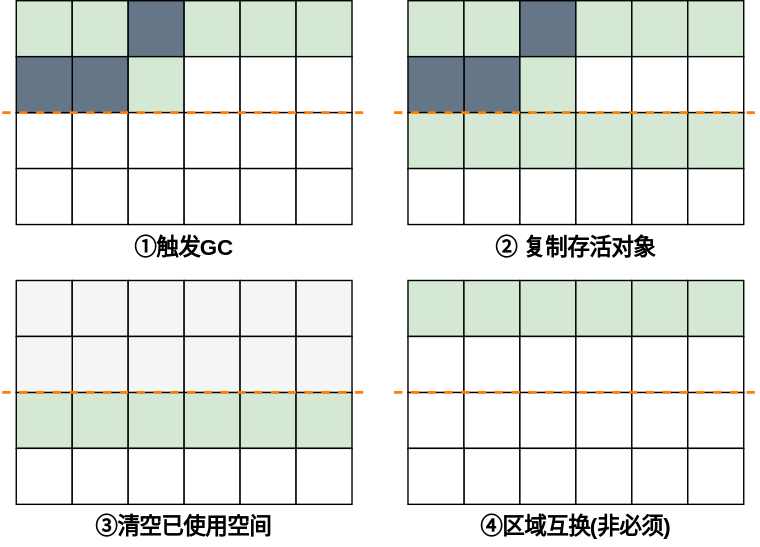
This is 开发语言/Java/JVM/GC回收机制/复制算法.drawio.svg from Developer-Tang/notes, a draw.io export, as it was before one commit. Source tidied: cells renumbered, new cells last; positions are measured from the earlier drawing's top-left corner, leaving out a move shared by most shapes.
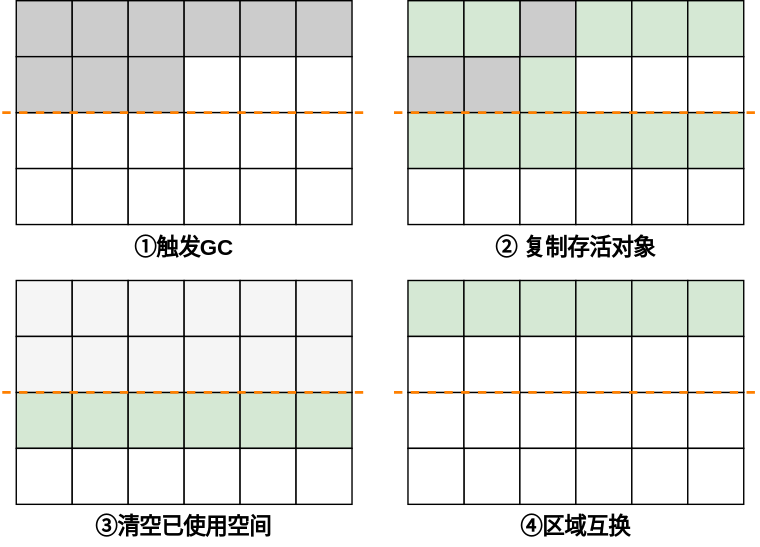
After the commit.

Change to the diagram source:
```diff
@@ -5,10 +5,7 @@
     <mxCell id="2" style="rounded=0;fillColor=#d5e8d4;strokeColor=#000000;fontSize=16;fontStyle=1;" parent="1" vertex="1">
       <mxGeometry x="290" width="40" height="40" as="geometry" />
     </mxCell>
-    <mxCell id="3" style="rounded=0;fillColor=#d5e8d4;strokeColor=#000000;fontSize=16;fontStyle=1;" parent="1" vertex="1">
-      <mxGeometry x="330" width="40" height="40" as="geometry" />
-    </mxCell>
-    <mxCell id="4" style="rounded=0;fillColor=#647687;strokeColor=#000000;fontColor=#ffffff;fontSize=16;fontStyle=1;" parent="1" vertex="1">
+    <mxCell id="4" style="rounded=0;fillColor=#CCCCCC;strokeColor=#000000;fontColor=#ffffff;fontSize=16;fontStyle=1;" parent="1" vertex="1">
       <mxGeometry x="370" width="40" height="40" as="geometry" />
     </mxCell>
     <mxCell id="5" style="rounded=0;fillColor=#d5e8d4;strokeColor=#000000;fontSize=16;fontStyle=1;" parent="1" vertex="1">
@@ -20,7 +17,7 @@
     <mxCell id="7" style="rounded=0;fillColor=#d5e8d4;strokeColor=#000000;fontSize=16;fontStyle=1;" parent="1" vertex="1">
       <mxGeometry x="490" width="40" height="40" as="geometry" />
     </mxCell>
-    <mxCell id="8" style="rounded=0;fillColor=#647687;strokeColor=#000000;fontColor=#ffffff;fontSize=16;fontStyle=1;" parent="1" vertex="1">
+    <mxCell id="8" style="rounded=0;fillColor=#CCCCCC;strokeColor=#000000;fontColor=#ffffff;fontSize=16;fontStyle=1;" parent="1" vertex="1">
       <mxGeometry x="330" y="40" width="40" height="40" as="geometry" />
     </mxCell>
     <mxCell id="9" style="rounded=0;fillColor=#d5e8d4;strokeColor=#000000;fontSize=16;fontStyle=1;" parent="1" vertex="1">
@@ -35,7 +32,7 @@
     <mxCell id="12" style="rounded=0;fontSize=16;fontStyle=1;strokeColor=#000000;" parent="1" vertex="1">
       <mxGeometry x="490" y="40" width="40" height="40" as="geometry" />
     </mxCell>
-    <mxCell id="13" style="rounded=0;fillColor=#647687;strokeColor=#000000;fontColor=#ffffff;fontSize=16;fontStyle=1;" parent="1" vertex="1">
+    <mxCell id="13" style="rounded=0;fillColor=#CCCCCC;strokeColor=#000000;fontColor=#ffffff;fontSize=16;fontStyle=1;" parent="1" vertex="1">
       <mxGeometry x="290" y="40" width="40" height="40" as="geometry" />
     </mxCell>
     <mxCell id="14" style="rounded=0;fontSize=16;fontStyle=1;strokeColor=#000000;" parent="1" vertex="1">
@@ -218,28 +215,28 @@
     <mxCell id="73" style="rounded=0;fillColor=#f5f5f5;strokeColor=#000000;fontColor=#333333;fontSize=16;fontStyle=1;glass=0;shadow=0;sketch=0;" parent="1" vertex="1">
       <mxGeometry x="10" y="240" width="40" height="40" as="geometry" />
     </mxCell>
-    <mxCell id="74" style="rounded=0;fillColor=#d5e8d4;strokeColor=#000000;fontSize=16;fontStyle=1;" parent="1" vertex="1">
+    <mxCell id="74" style="rounded=0;fillColor=#CCCCCC;strokeColor=#000000;fontSize=16;fontStyle=1;" parent="1" vertex="1">
       <mxGeometry x="10" width="40" height="40" as="geometry" />
     </mxCell>
-    <mxCell id="75" style="rounded=0;fillColor=#d5e8d4;strokeColor=#000000;fontSize=16;fontStyle=1;" parent="1" vertex="1">
+    <mxCell id="75" style="rounded=0;fillColor=#CCCCCC;strokeColor=#000000;fontSize=16;fontStyle=1;" parent="1" vertex="1">
       <mxGeometry x="50" width="40" height="40" as="geometry" />
     </mxCell>
-    <mxCell id="76" style="rounded=0;fillColor=#647687;strokeColor=#000000;fontColor=#ffffff;fontSize=16;fontStyle=1;" parent="1" vertex="1">
+    <mxCell id="76" style="rounded=0;fillColor=#CCCCCC;strokeColor=#000000;fontColor=#ffffff;fontSize=16;fontStyle=1;" parent="1" vertex="1">
       <mxGeometry x="90" width="40" height="40" as="geometry" />
     </mxCell>
-    <mxCell id="77" style="rounded=0;fillColor=#d5e8d4;strokeColor=#000000;fontSize=16;fontStyle=1;" parent="1" vertex="1">
+    <mxCell id="77" style="rounded=0;fillColor=#CCCCCC;strokeColor=#000000;fontSize=16;fontStyle=1;" parent="1" vertex="1">
       <mxGeometry x="130" width="40" height="40" as="geometry" />
     </mxCell>
-    <mxCell id="78" style="rounded=0;fillColor=#d5e8d4;strokeColor=#000000;fontSize=16;fontStyle=1;" parent="1" vertex="1">
+    <mxCell id="78" style="rounded=0;fillColor=#CCCCCC;strokeColor=#000000;fontSize=16;fontStyle=1;" parent="1" vertex="1">
       <mxGeometry x="170" width="40" height="40" as="geometry" />
     </mxCell>
-    <mxCell id="79" style="rounded=0;fillColor=#d5e8d4;strokeColor=#000000;fontSize=16;fontStyle=1;" parent="1" vertex="1">
+    <mxCell id="79" style="rounded=0;fillColor=#CCCCCC;strokeColor=#000000;fontSize=16;fontStyle=1;" parent="1" vertex="1">
       <mxGeometry x="210" width="40" height="40" as="geometry" />
     </mxCell>
-    <mxCell id="80" style="rounded=0;fillColor=#647687;strokeColor=#000000;fontColor=#ffffff;fontSize=16;fontStyle=1;" parent="1" vertex="1">
+    <mxCell id="80" style="rounded=0;fillColor=#CCCCCC;strokeColor=#000000;fontColor=#ffffff;fontSize=16;fontStyle=1;" parent="1" vertex="1">
       <mxGeometry x="50" y="40" width="40" height="40" as="geometry" />
     </mxCell>
-    <mxCell id="81" style="rounded=0;fillColor=#d5e8d4;strokeColor=#000000;fontSize=16;fontStyle=1;" parent="1" vertex="1">
+    <mxCell id="81" style="rounded=0;fillColor=#CCCCCC;strokeColor=#000000;fontSize=16;fontStyle=1;" parent="1" vertex="1">
       <mxGeometry x="90" y="40" width="40" height="40" as="geometry" />
     </mxCell>
     <mxCell id="82" style="rounded=0;fontSize=16;fontStyle=1;strokeColor=#000000;" parent="1" vertex="1">
@@ -287,7 +284,7 @@
     <mxCell id="96" style="rounded=0;fontSize=16;fontStyle=1;strokeColor=#000000;" parent="1" vertex="1">
       <mxGeometry x="210" y="120" width="40" height="40" as="geometry" />
     </mxCell>
-    <mxCell id="97" style="rounded=0;fillColor=#647687;strokeColor=#000000;fontColor=#ffffff;fontSize=16;fontStyle=1;" parent="1" vertex="1">
+    <mxCell id="97" style="rounded=0;fillColor=#CCCCCC;strokeColor=#000000;fontColor=#ffffff;fontSize=16;fontStyle=1;" parent="1" vertex="1">
       <mxGeometry x="10" y="40" width="40" height="40" as="geometry" />
     </mxCell>
     <mxCell id="98" value="①触发GC" style="text;align=center;verticalAlign=middle;strokeColor=none;fillColor=none;fontSize=16;fontStyle=1;" parent="1" vertex="1">
@@ -305,8 +302,8 @@
         <mxPoint x="260" y="280" as="targetPoint" />
       </mxGeometry>
     </mxCell>
-    <mxCell id="102" value="④区域互换(非必须)" style="text;align=center;verticalAlign=middle;strokeColor=none;fillColor=none;fontSize=16;fontStyle=1;" parent="1" vertex="1">
-      <mxGeometry x="330" y="360" width="160" height="30" as="geometry" />
+    <mxCell id="102" value="④区域互换" style="text;align=center;verticalAlign=middle;strokeColor=none;fillColor=none;fontSize=16;fontStyle=1;" parent="1" vertex="1">
+      <mxGeometry x="360" y="360" width="100" height="30" as="geometry" />
     </mxCell>
     <mxCell id="103" style="endArrow=none;dashed=1;strokeWidth=2;rounded=0;fontSize=16;strokeColor=#FF8000;" parent="1" edge="1">
       <mxGeometry relative="1" as="geometry">
@@ -326,5 +323,8 @@
         <mxPoint x="540" y="80" as="targetPoint" />
       </mxGeometry>
     </mxCell>
+    <mxCell id="3" style="rounded=0;fillColor=#d5e8d4;strokeColor=#000000;fontSize=16;fontStyle=1;" parent="1" vertex="1">
+      <mxGeometry x="330" width="40" height="40" as="geometry" />
+    </mxCell>
   </root>
 </mxGraphModel>
```
